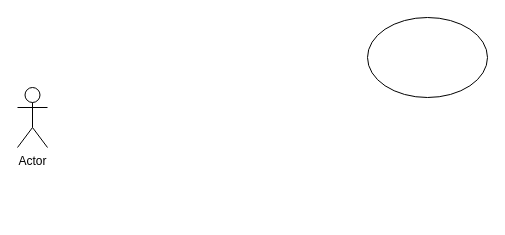
KimSeongeun97/JavaBasic keeps this draw.io diagram as java01_variable/Untitled Diagram.drawio. Above is the earlier version. Source tidied: cells renumbered, new cells numbered last; positions are measured from the earlier drawing's top-left corner, leaving out a move shared by most shapes. Both pictures are drawn from the tidied source at 100%, with x=0, y=0 at pixel (17, 17).
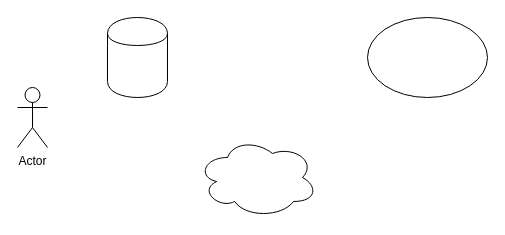
After the change.

Diff of the diagram source:
```diff
@@
 <mxGraphModel>
   <root>
     <mxCell id="0" />
     <mxCell id="1" parent="0" />
     <mxCell id="2" value="Actor" style="shape=umlActor;verticalLabelPosition=bottom;labelBackgroundColor=#ffffff;verticalAlign=top;html=1;" parent="1" vertex="1">
       <mxGeometry y="70" width="30" height="60" as="geometry" />
     </mxCell>
     <mxCell id="3" style="ellipse;whiteSpace=wrap;html=1;" parent="1" vertex="1">
       <mxGeometry x="350" width="120" height="80" as="geometry" />
     </mxCell>
+    <mxCell id="4" style="ellipse;shape=cloud;whiteSpace=wrap;html=1;" parent="1" vertex="1">
+      <mxGeometry x="180" y="120" width="120" height="80" as="geometry" />
+    </mxCell>
+    <mxCell id="5" style="shape=cylinder;whiteSpace=wrap;html=1;boundedLbl=1;backgroundOutline=1;" parent="1" vertex="1">
+      <mxGeometry x="90" width="60" height="80" as="geometry" />
+    </mxCell>
   </root>
 </mxGraphModel>
```
